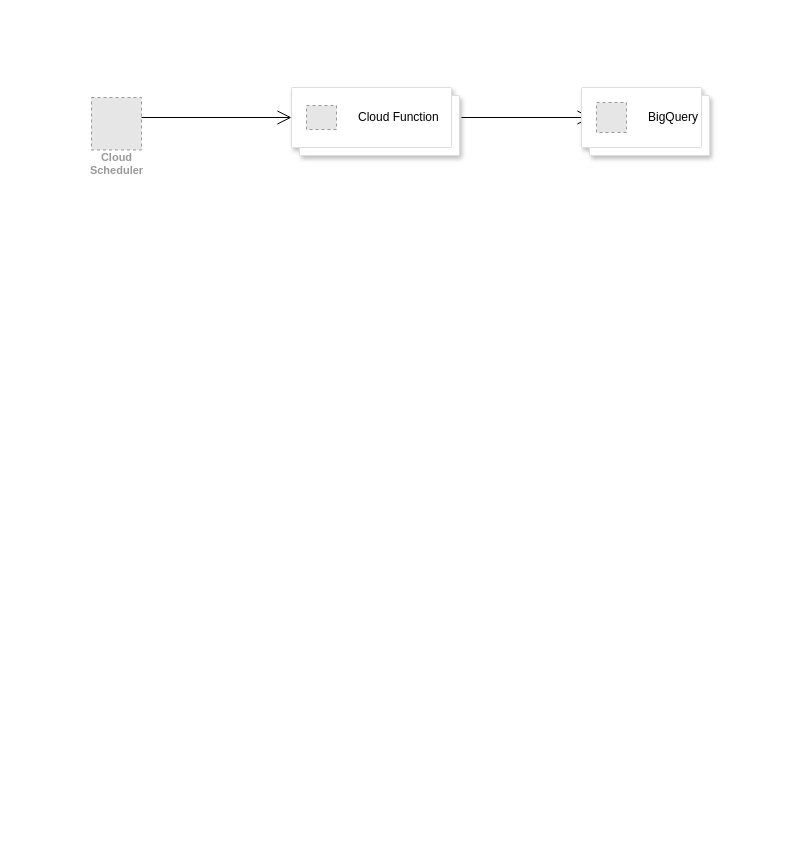
The draw.io diagram Twitter_Scrap.drawio in saravanan1992/myownrepo, before the edit. Source tidied: cells renumbered, new cells numbered last; positions are measured from the earlier drawing's top-left corner, leaving out a move shared by most shapes. Both pictures are drawn from the tidied source at 100%, with x=0, y=0 at pixel (91, 87). Pictures stored in the file or linked from it are replaced by grey dashed boxes.
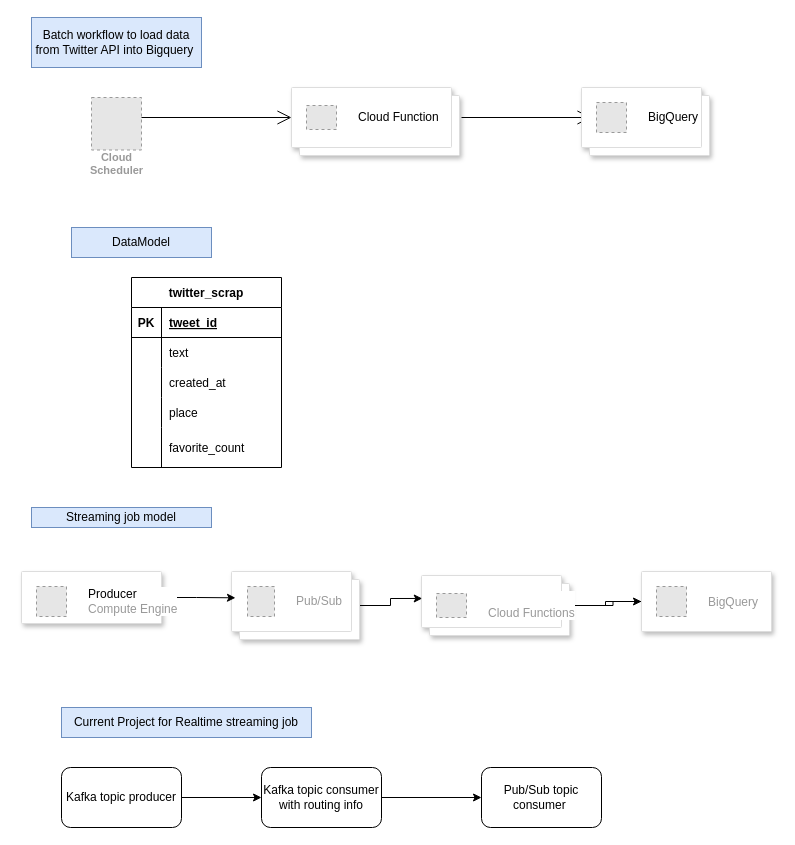
Above is the later version.

The edit, as a diff of the source:
```diff
@@
+    <mxCell id="9" value="twitter_scrap" style="shape=table;startSize=30;childLayout=tableLayout;rowLines=0;fontStyle=1;align=center;" parent="1" vertex="1">
+      <mxGeometry x="40" y="190" width="150" height="190" as="geometry" />
+    </mxCell>
+    <mxCell id="10" style="shape=tableRow;horizontal=0;startSize=0;swimlaneHead=0;swimlaneBody=0;fillColor=none;top=0;left=0;right=0;bottom=1;" parent="9" vertex="1">
+      <mxGeometry y="30" width="150" height="30" as="geometry" />
+    </mxCell>
+    <mxCell id="11" value="PK" style="shape=partialRectangle;fillColor=none;top=0;left=0;bottom=0;right=0;fontStyle=1;overflow=hidden;" parent="10" vertex="1">
+      <mxGeometry width="30" height="30" as="geometry" />
+    </mxCell>
+    <mxCell id="12" value="tweet_id" style="shape=partialRectangle;fillColor=none;top=0;left=0;bottom=0;right=0;align=left;spacingLeft=6;fontStyle=5;overflow=hidden;" parent="10" vertex="1">
+      <mxGeometry x="30" width="120" height="30" as="geometry" />
+    </mxCell>
+    <mxCell id="13" style="shape=tableRow;horizontal=0;startSize=0;swimlaneHead=0;swimlaneBody=0;fillColor=none;top=0;left=0;right=0;bottom=0;" parent="9" vertex="1">
+      <mxGeometry y="60" width="150" height="30" as="geometry" />
+    </mxCell>
+    <mxCell id="14" style="shape=partialRectangle;fillColor=none;top=0;left=0;bottom=0;right=0;overflow=hidden;" parent="13" vertex="1">
+      <mxGeometry width="30" height="30" as="geometry" />
+    </mxCell>
+    <mxCell id="15" value="text" style="shape=partialRectangle;fillColor=none;top=0;left=0;bottom=0;right=0;align=left;spacingLeft=6;overflow=hidden;" parent="13" vertex="1">
+      <mxGeometry x="30" width="120" height="30" as="geometry" />
+    </mxCell>
+    <mxCell id="16" style="shape=tableRow;horizontal=0;startSize=0;swimlaneHead=0;swimlaneBody=0;fillColor=none;top=0;left=0;right=0;bottom=0;" parent="9" vertex="1">
+      <mxGeometry y="90" width="150" height="30" as="geometry" />
+    </mxCell>
+    <mxCell id="17" style="shape=partialRectangle;fillColor=none;top=0;left=0;bottom=0;right=0;overflow=hidden;" parent="16" vertex="1">
+      <mxGeometry width="30" height="30" as="geometry" />
+    </mxCell>
+    <mxCell id="18" value="created_at" style="shape=partialRectangle;fillColor=none;top=0;left=0;bottom=0;right=0;align=left;spacingLeft=6;overflow=hidden;" parent="16" vertex="1">
+      <mxGeometry x="30" width="120" height="30" as="geometry" />
+    </mxCell>
+    <mxCell id="19" style="shape=tableRow;horizontal=0;startSize=0;swimlaneHead=0;swimlaneBody=0;fillColor=none;top=0;left=0;right=0;bottom=0;" parent="9" vertex="1">
+      <mxGeometry y="120" width="150" height="30" as="geometry" />
+    </mxCell>
+    <mxCell id="20" style="shape=partialRectangle;fillColor=none;top=0;left=0;bottom=0;right=0;overflow=hidden;" parent="19" vertex="1">
+      <mxGeometry width="30" height="30" as="geometry" />
+    </mxCell>
+    <mxCell id="21" value="place" style="shape=partialRectangle;fillColor=none;top=0;left=0;bottom=0;right=0;align=left;spacingLeft=6;overflow=hidden;" parent="19" vertex="1">
+      <mxGeometry x="30" width="120" height="30" as="geometry" />
+    </mxCell>
+    <mxCell id="22" style="shape=tableRow;horizontal=0;startSize=0;swimlaneHead=0;swimlaneBody=0;fillColor=none;top=0;left=0;right=0;bottom=0;" parent="9" vertex="1">
+      <mxGeometry y="150" width="150" height="40" as="geometry" />
+    </mxCell>
+    <mxCell id="23" style="shape=partialRectangle;fillColor=none;top=0;left=0;bottom=0;right=0;overflow=hidden;" parent="22" vertex="1">
+      <mxGeometry width="30" height="40" as="geometry" />
+    </mxCell>
+    <mxCell id="24" value="favorite_count" style="shape=partialRectangle;fillColor=none;top=0;left=0;bottom=0;right=0;align=left;spacingLeft=6;overflow=hidden;" parent="22" vertex="1">
+      <mxGeometry x="30" width="120" height="40" as="geometry" />
+    </mxCell>
+    <mxCell id="25" value="DataModel" style="whiteSpace=wrap;html=1;fillColor=#dae8fc;strokeColor=#6c8ebf;" parent="1" vertex="1">
+      <mxGeometry x="-20" y="140" width="140" height="30" as="geometry" />
+    </mxCell>
+    <mxCell id="26" value="Batch workflow to load data from Twitter API into Bigquery&amp;nbsp;" style="whiteSpace=wrap;html=1;fillColor=#dae8fc;strokeColor=#6c8ebf;" parent="1" vertex="1">
+      <mxGeometry x="-60" y="-70" width="170" height="50" as="geometry" />
+    </mxCell>
+    <mxCell id="27" value="Current Project for Realtime streaming job" style="whiteSpace=wrap;html=1;fillColor=#dae8fc;strokeColor=#6c8ebf;" parent="1" vertex="1">
+      <mxGeometry x="-30" y="620" width="250" height="30" as="geometry" />
+    </mxCell>
+    <mxCell id="28" style="edgeStyle=orthogonalEdgeStyle;rounded=0;jettySize=auto;html=1;entryX=0;entryY=0.5;entryDx=0;entryDy=0;" parent="1" edge="1" source="29" target="31">
+      <mxGeometry relative="1" as="geometry" />
+    </mxCell>
+    <mxCell id="29" value="Kafka topic producer" style="rounded=1;whiteSpace=wrap;html=1;" parent="1" vertex="1">
+      <mxGeometry x="-30" y="680" width="120" height="60" as="geometry" />
+    </mxCell>
+    <mxCell id="30" style="edgeStyle=orthogonalEdgeStyle;rounded=0;jettySize=auto;html=1;entryX=0;entryY=0.5;entryDx=0;entryDy=0;" parent="1" edge="1" source="31" target="32">
+      <mxGeometry relative="1" as="geometry" />
+    </mxCell>
+    <mxCell id="31" value="Kafka topic consumer&lt;br&gt;with routing info&lt;br&gt;" style="rounded=1;whiteSpace=wrap;html=1;" parent="1" vertex="1">
+      <mxGeometry x="170" y="680" width="120" height="60" as="geometry" />
+    </mxCell>
+    <mxCell id="32" value="Pub/Sub topic consumer&amp;nbsp;" style="rounded=1;whiteSpace=wrap;html=1;" parent="1" vertex="1">
+      <mxGeometry x="390" y="680" width="120" height="60" as="geometry" />
+    </mxCell>
+    <mxCell id="33" value="Streaming job model" style="whiteSpace=wrap;html=1;fillColor=#dae8fc;strokeColor=#6c8ebf;" parent="1" vertex="1">
+      <mxGeometry x="-60" y="420" width="180" height="20" as="geometry" />
+    </mxCell>
+    <mxCell id="34" style="edgeStyle=orthogonalEdgeStyle;rounded=0;jettySize=auto;html=1;" parent="1" edge="1" source="36" target="39">
+      <mxGeometry relative="1" as="geometry" />
+    </mxCell>
+    <mxCell id="35" style="edgeStyle=orthogonalEdgeStyle;rounded=0;jettySize=auto;html=1;entryX=0;entryY=0.5;entryDx=0;entryDy=0;" parent="1" edge="1" source="36" target="38">
+      <mxGeometry relative="1" as="geometry" />
+    </mxCell>
+    <mxCell id="36" style="shape=mxgraph.gcp2.doubleRect;strokeColor=#dddddd;shadow=1;strokeWidth=1;rounded=1;absoluteArcSize=1;arcSize=2;" parent="1" vertex="1">
+      <mxGeometry x="330" y="488" width="148" height="60" as="geometry" />
+    </mxCell>
+    <mxCell id="37" value="&lt;br&gt;Cloud Functions" style="fillColor=#E6E6E6;strokeColor=#999999;dashed=1;html=1;fontColor=#999999;verticalLabelPosition=middle;labelBackgroundColor=#ffffff;verticalAlign=middle;labelPosition=right;align=left;spacingLeft=20;" parent="36" vertex="1">
+      <mxGeometry width="30" height="24" relative="1" as="geometry">
+        <mxPoint x="15" y="18" as="offset" />
+      </mxGeometry>
+    </mxCell>
+    <mxCell id="38" style="strokeColor=#dddddd;shadow=1;strokeWidth=1;rounded=1;absoluteArcSize=1;arcSize=2;" parent="1" vertex="1">
+      <mxGeometry x="550" y="484" width="130" height="60" as="geometry" />
+    </mxCell>
+    <mxCell id="39" value="BigQuery" style="fillColor=#E6E6E6;strokeColor=#999999;dashed=1;fontColor=#999999;verticalLabelPosition=middle;labelBackgroundColor=#ffffff;verticalAlign=middle;labelPosition=right;align=left;spacingLeft=20;" parent="38" vertex="1">
+      <mxGeometry width="30" height="30" relative="1" as="geometry">
+        <mxPoint x="15" y="15" as="offset" />
+      </mxGeometry>
+    </mxCell>
+    <mxCell id="40" style="edgeStyle=orthogonalEdgeStyle;rounded=0;jettySize=auto;html=1;entryX=0.005;entryY=0.383;entryDx=0;entryDy=0;entryPerimeter=0;" parent="1" edge="1" source="41" target="36">
+      <mxGeometry relative="1" as="geometry" />
+    </mxCell>
+    <mxCell id="41" style="shape=mxgraph.gcp2.doubleRect;strokeColor=#dddddd;shadow=1;strokeWidth=1;rounded=1;absoluteArcSize=1;arcSize=2;" parent="1" vertex="1">
+      <mxGeometry x="140" y="484" width="128" height="68" as="geometry" />
+    </mxCell>
+    <mxCell id="42" value="Pub/Sub" style="fillColor=#E6E6E6;strokeColor=#999999;dashed=1;html=1;fontColor=#999999;verticalLabelPosition=middle;labelBackgroundColor=#ffffff;verticalAlign=middle;labelPosition=right;align=left;spacingLeft=20;" parent="41" vertex="1">
+      <mxGeometry width="27" height="30" relative="1" as="geometry">
+        <mxPoint x="16" y="15" as="offset" />
+      </mxGeometry>
+    </mxCell>
+    <mxCell id="43" style="edgeStyle=orthogonalEdgeStyle;rounded=0;jettySize=auto;html=1;entryX=0.031;entryY=0.387;entryDx=0;entryDy=0;entryPerimeter=0;" parent="1" edge="1" source="44" target="41">
+      <mxGeometry relative="1" as="geometry" />
+    </mxCell>
+    <mxCell id="44" style="strokeColor=#dddddd;shadow=1;strokeWidth=1;rounded=1;absoluteArcSize=1;arcSize=2;" parent="1" vertex="1">
+      <mxGeometry x="-70" y="484" width="140" height="52" as="geometry" />
+    </mxCell>
+    <mxCell id="45" value="&lt;font color=&quot;#000000&quot;&gt;Producer&lt;/font&gt;&lt;br&gt;Compute Engine" style="fillColor=#E6E6E6;strokeColor=#999999;dashed=1;html=1;fontColor=#999999;verticalLabelPosition=middle;labelBackgroundColor=#ffffff;verticalAlign=middle;labelPosition=right;align=left;spacingLeft=20;" parent="44" vertex="1">
+      <mxGeometry width="30" height="30" relative="1" as="geometry">
+        <mxPoint x="15" y="15" as="offset" />
+      </mxGeometry>
+    </mxCell>
```
